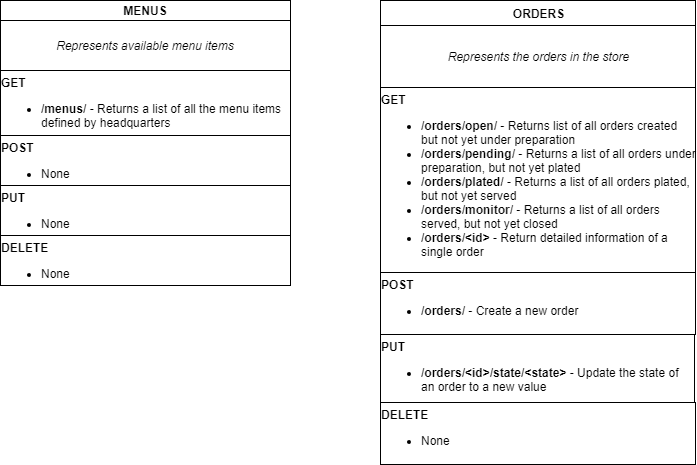
charlesj68/microservice-tutorial keeps this draw.io diagram as docs/static/Microservice architecture.png. Above is the earlier version. Source tidied: cells renumbered, new cells last; positions are measured from the earlier drawing's top-left corner, leaving out a move shared by most shapes.
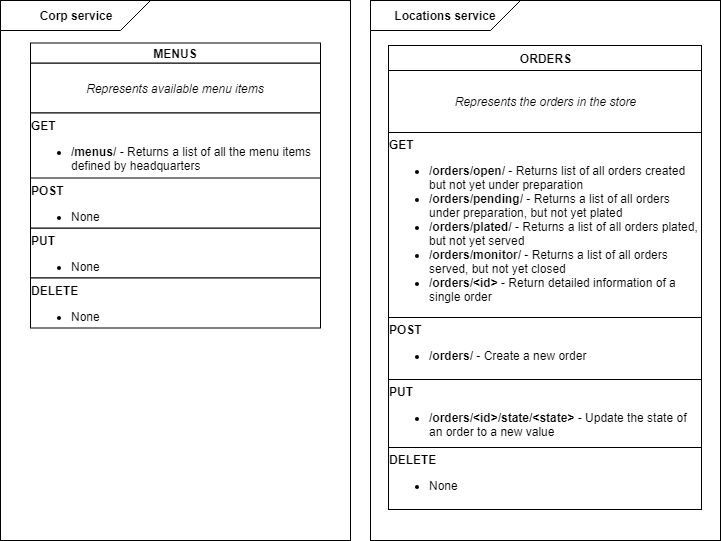
The same diagram one commit later.

Commit message:
Update design diagrams for consistent presentation

The edit, as a diff of the source:
```diff
@@ -2,8 +2,17 @@
   <root>
     <mxCell id="0" />
     <mxCell id="1" parent="0" />
+    <mxCell id="15" style="rounded=0;whiteSpace=wrap;html=1;" parent="1" vertex="1">
+      <mxGeometry x="362" y="-45" width="350" height="540" as="geometry" />
+    </mxCell>
+    <mxCell id="16" value="&lt;b&gt;Locations service&lt;/b&gt;" style="shape=card;whiteSpace=wrap;html=1;flipV=1;flipH=1;" parent="1" vertex="1">
+      <mxGeometry x="362" y="-45" width="150" height="30" as="geometry" />
+    </mxCell>
+    <mxCell id="17" style="rounded=0;whiteSpace=wrap;html=1;" parent="1" vertex="1">
+      <mxGeometry x="-8" y="-45" width="350" height="540" as="geometry" />
+    </mxCell>
     <mxCell id="2" style="group;" parent="1" vertex="1">
-      <mxGeometry width="290" height="285" as="geometry" />
+      <mxGeometry x="22" y="-2.5" width="290" height="285" as="geometry" />
     </mxCell>
     <mxCell id="3" value="&lt;i&gt;Represents available menu items&lt;/i&gt;" style="rounded=0;whiteSpace=wrap;html=1;" parent="2" vertex="1">
       <mxGeometry y="20" width="290" height="50" as="geometry" />
@@ -24,22 +33,25 @@
       <mxGeometry y="235" width="290" height="50" as="geometry" />
     </mxCell>
     <mxCell id="9" value="&lt;i&gt;Represents the orders in the store&lt;/i&gt;" style="rounded=0;whiteSpace=wrap;html=1;" parent="1" vertex="1">
-      <mxGeometry x="380" y="25" width="315" height="62" as="geometry" />
+      <mxGeometry x="380" y="25" width="313" height="62" as="geometry" />
     </mxCell>
     <mxCell id="10" value="&lt;b&gt;ORDERS&lt;/b&gt;" style="rounded=0;whiteSpace=wrap;html=1;" parent="1" vertex="1">
-      <mxGeometry x="380" width="315" height="25" as="geometry" />
+      <mxGeometry x="380" width="313" height="25" as="geometry" />
     </mxCell>
     <mxCell id="11" value="&lt;div style=&quot;text-align: left&quot;&gt;&lt;b&gt;GET&lt;br&gt;&lt;/b&gt;&lt;ul&gt;&lt;li&gt;&lt;b&gt;/orders/open/&lt;/b&gt; - Returns list of all orders created but not yet under preparation&lt;/li&gt;&lt;li&gt;&lt;b&gt;/orders/pending/&lt;/b&gt;&amp;nbsp;- Returns a list of all orders under preparation, but not yet plated&lt;/li&gt;&lt;li&gt;&lt;b&gt;/orders/plated/&lt;/b&gt; - Returns a list of all orders plated, but not yet served&lt;/li&gt;&lt;li&gt;&lt;b&gt;/orders/monitor/&amp;nbsp;&lt;/b&gt;- Returns a list of all orders served, but not yet closed&lt;/li&gt;&lt;li&gt;&lt;b&gt;/orders/&amp;lt;id&amp;gt;&lt;/b&gt; - Return detailed information of a single order&lt;/li&gt;&lt;/ul&gt;&lt;/div&gt;" style="rounded=0;whiteSpace=wrap;html=1;align=left;verticalAlign=top;spacing=0;" parent="1" vertex="1">
-      <mxGeometry x="380" y="87" width="315" height="185" as="geometry" />
+      <mxGeometry x="380" y="87" width="313" height="185" as="geometry" />
     </mxCell>
     <mxCell id="12" value="&lt;b&gt;PUT&lt;/b&gt;&lt;br&gt;&lt;ul&gt;&lt;li style=&quot;text-align: left&quot;&gt;&lt;b&gt;/orders/&amp;lt;id&amp;gt;/state/&amp;lt;state&amp;gt;&lt;/b&gt; - Update the state of an order to a new value&lt;/li&gt;&lt;/ul&gt;" style="rounded=0;whiteSpace=wrap;html=1;align=left;verticalAlign=top;spacing=0;" parent="1" vertex="1">
-      <mxGeometry x="380" y="334" width="314" height="68" as="geometry" />
+      <mxGeometry x="380" y="334" width="313" height="68" as="geometry" />
     </mxCell>
     <mxCell id="13" value="&lt;div style=&quot;text-align: left&quot;&gt;&lt;b&gt;POST&lt;/b&gt;&lt;br&gt;&lt;ul&gt;&lt;li&gt;&lt;b&gt;/orders/&lt;/b&gt; - Create a new order&lt;/li&gt;&lt;/ul&gt;&lt;/div&gt;" style="rounded=0;whiteSpace=wrap;html=1;align=left;verticalAlign=top;spacing=0;" parent="1" vertex="1">
-      <mxGeometry x="380" y="272" width="315" height="62" as="geometry" />
+      <mxGeometry x="380" y="272" width="313" height="62" as="geometry" />
     </mxCell>
     <mxCell id="14" value="&lt;b&gt;DELETE&lt;/b&gt;&lt;br&gt;&lt;ul&gt;&lt;li style=&quot;text-align: left&quot;&gt;&lt;span&gt;None&lt;/span&gt;&lt;/li&gt;&lt;/ul&gt;" style="rounded=0;whiteSpace=wrap;html=1;align=left;verticalAlign=top;spacing=0;" parent="1" vertex="1">
-      <mxGeometry x="380" y="402" width="315" height="62" as="geometry" />
+      <mxGeometry x="380" y="402" width="313" height="62" as="geometry" />
     </mxCell>
+    <mxCell id="18" value="&lt;b&gt;Corp service&lt;/b&gt;" style="shape=card;whiteSpace=wrap;html=1;flipV=1;flipH=1;" parent="1" vertex="1">
+      <mxGeometry x="-8" y="-45" width="150" height="30" as="geometry" />
+    </mxCell>
   </root>
 </mxGraphModel>
```
